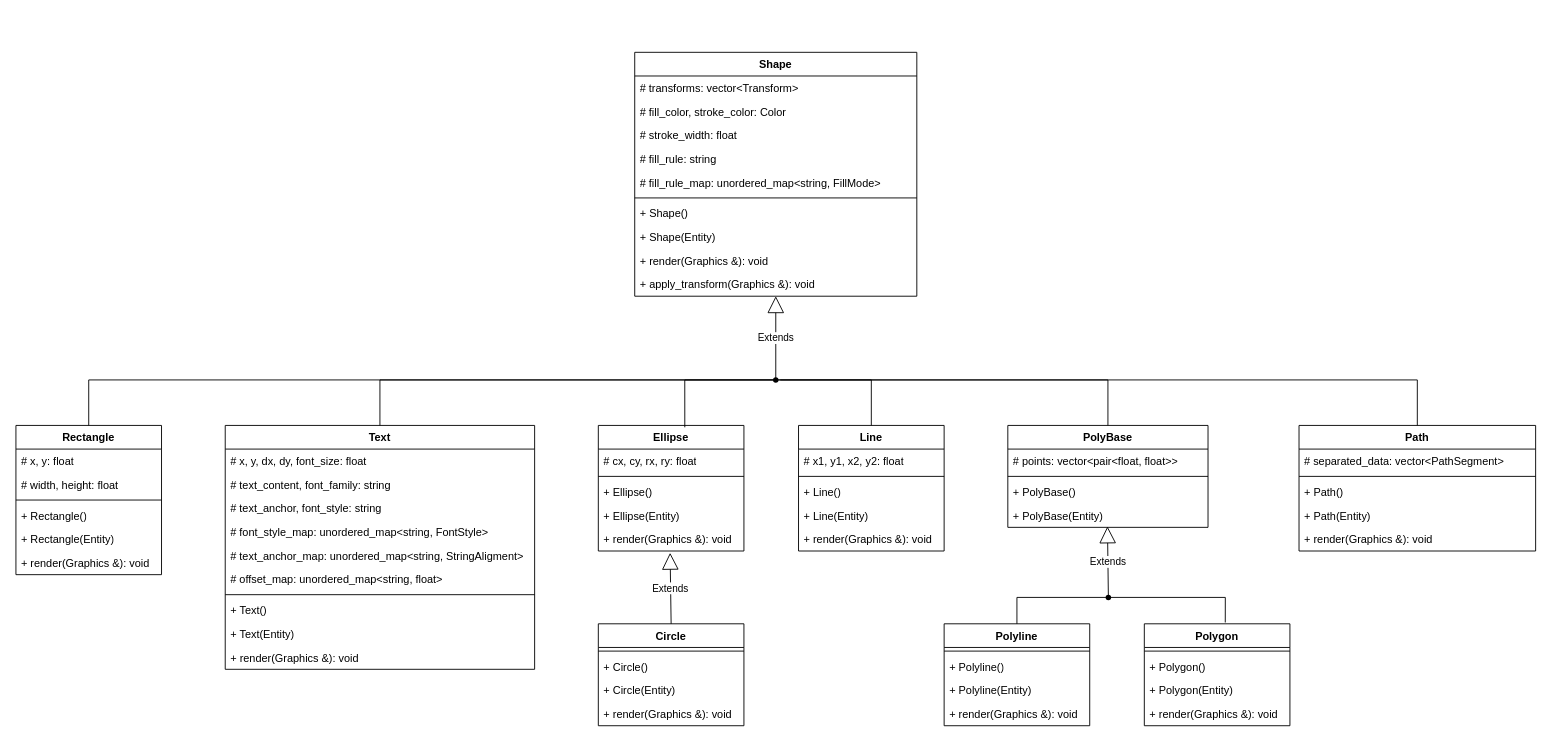
Alrmendo/CSC10003_22CLC08_SVG keeps this draw.io diagram as misc/diagram.drawio. Above is the earlier version. Source tidied: cells renumbered, new cells numbered last; positions are measured from the earlier drawing's top-left corner, leaving out a move shared by most shapes. Both pictures are drawn from the tidied source at 91%, with x=0, y=0 at pixel (15, 52).
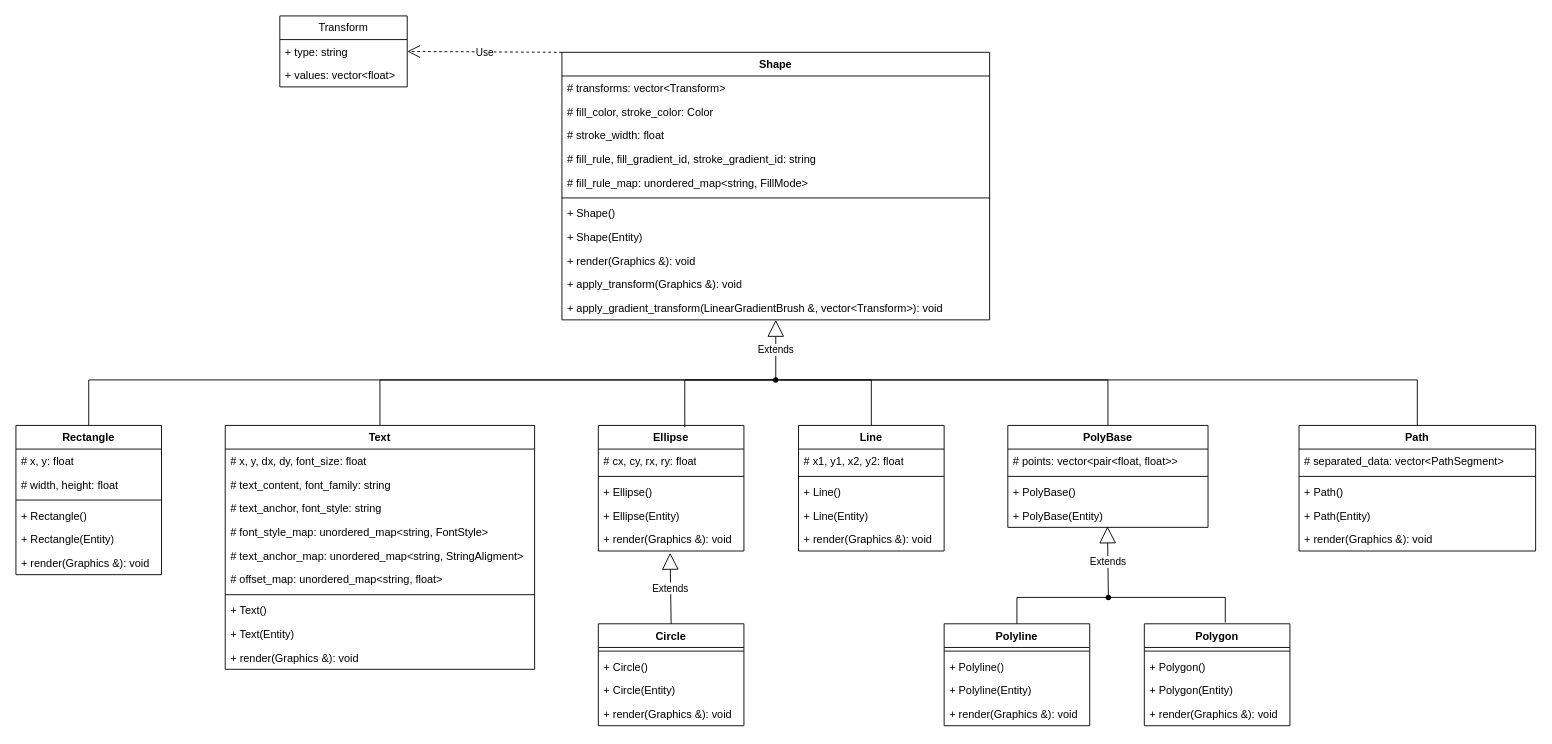
After the change.

Diff of the diagram source:
```diff
@@
     <mxCell id="2" value="Shape" style="swimlane;fontStyle=1;align=center;verticalAlign=top;horizontal=1;startSize=26;whiteSpace=wrap;html=1;" parent="1" vertex="1">
-      <mxGeometry x="680" width="310" height="268" as="geometry" />
+      <mxGeometry x="600" width="470" height="294" as="geometry" />
     </mxCell>
     <mxCell id="3" value="# transforms: vector&amp;lt;Transform&amp;gt;" style="text;strokeColor=none;fillColor=none;align=left;verticalAlign=top;spacingLeft=4;spacingRight=4;overflow=hidden;whiteSpace=wrap;html=1;" parent="2" vertex="1">
-      <mxGeometry y="26" width="310" height="26" as="geometry" />
+      <mxGeometry y="26" width="470" height="26" as="geometry" />
     </mxCell>
     <mxCell id="4" value="# fill_color, stroke_color: Color" style="text;strokeColor=none;fillColor=none;align=left;verticalAlign=top;spacingLeft=4;spacingRight=4;overflow=hidden;whiteSpace=wrap;html=1;" parent="2" vertex="1">
-      <mxGeometry y="52" width="310" height="26" as="geometry" />
+      <mxGeometry y="52" width="470" height="26" as="geometry" />
     </mxCell>
     <mxCell id="5" value="# stroke_width: float" style="text;strokeColor=none;fillColor=none;align=left;verticalAlign=top;spacingLeft=4;spacingRight=4;overflow=hidden;whiteSpace=wrap;html=1;" parent="2" vertex="1">
-      <mxGeometry y="78" width="310" height="26" as="geometry" />
+      <mxGeometry y="78" width="470" height="26" as="geometry" />
     </mxCell>
-    <mxCell id="6" value="# fill_rule: string" style="text;strokeColor=none;fillColor=none;align=left;verticalAlign=top;spacingLeft=4;spacingRight=4;overflow=hidden;whiteSpace=wrap;html=1;" parent="2" vertex="1">
-      <mxGeometry y="104" width="310" height="26" as="geometry" />
+    <mxCell id="6" value="# fill_rule, fill_gradient_id, stroke_gradient_id: string" style="text;strokeColor=none;fillColor=none;align=left;verticalAlign=top;spacingLeft=4;spacingRight=4;overflow=hidden;whiteSpace=wrap;html=1;" parent="2" vertex="1">
+      <mxGeometry y="104" width="470" height="26" as="geometry" />
     </mxCell>
     <mxCell id="7" value="# fill_rule_map: unordered_map&amp;lt;string, FillMode&amp;gt;" style="text;strokeColor=none;fillColor=none;align=left;verticalAlign=top;spacingLeft=4;spacingRight=4;overflow=hidden;whiteSpace=wrap;html=1;" parent="2" vertex="1">
-      <mxGeometry y="130" width="310" height="26" as="geometry" />
+      <mxGeometry y="130" width="470" height="26" as="geometry" />
     </mxCell>
     <mxCell id="8" style="line;strokeWidth=1;fillColor=none;align=left;verticalAlign=middle;spacingTop=-1;spacingLeft=3;spacingRight=3;labelPosition=right;strokeColor=inherit;" parent="2" vertex="1">
-      <mxGeometry y="156" width="310" height="8" as="geometry" />
+      <mxGeometry y="156" width="470" height="8" as="geometry" />
     </mxCell>
     <mxCell id="9" value="+ Shape()" style="text;strokeColor=none;fillColor=none;align=left;verticalAlign=top;spacingLeft=4;spacingRight=4;overflow=hidden;whiteSpace=wrap;html=1;" parent="2" vertex="1">
-      <mxGeometry y="164" width="310" height="26" as="geometry" />
+      <mxGeometry y="164" width="470" height="26" as="geometry" />
     </mxCell>
     <mxCell id="10" value="+ Shape(Entity)" style="text;strokeColor=none;fillColor=none;align=left;verticalAlign=top;spacingLeft=4;spacingRight=4;overflow=hidden;whiteSpace=wrap;html=1;" parent="2" vertex="1">
-      <mxGeometry y="190" width="310" height="26" as="geometry" />
+      <mxGeometry y="190" width="470" height="26" as="geometry" />
     </mxCell>
     <mxCell id="11" value="+ render(Graphics &amp;amp;): void" style="text;strokeColor=none;fillColor=none;align=left;verticalAlign=top;spacingLeft=4;spacingRight=4;overflow=hidden;whiteSpace=wrap;html=1;" parent="2" vertex="1">
-      <mxGeometry y="216" width="310" height="26" as="geometry" />
+      <mxGeometry y="216" width="470" height="26" as="geometry" />
     </mxCell>
     <mxCell id="12" value="+ apply_transform(Graphics &amp;amp;): void" style="text;strokeColor=none;fillColor=none;align=left;verticalAlign=top;spacingLeft=4;spacingRight=4;overflow=hidden;whiteSpace=wrap;html=1;" parent="2" vertex="1">
-      <mxGeometry y="242" width="310" height="26" as="geometry" />
+      <mxGeometry y="242" width="470" height="26" as="geometry" />
     </mxCell>
+    <mxCell id="82" value="+ apply_gradient_transform(LinearGradientBrush&lt;span style=&quot;background-color: initial; color: rgb(0, 0, 0); --darkreader-inline-bgcolor: initial; --darkreader-inline-color: #e8e6e3;&quot;&gt;&amp;nbsp;&amp;amp;, vector&amp;lt;Transform&amp;gt;): void&lt;/span&gt;" style="text;strokeColor=none;fillColor=none;align=left;verticalAlign=top;spacingLeft=4;spacingRight=4;overflow=hidden;whiteSpace=wrap;html=1;" parent="2" vertex="1">
+      <mxGeometry y="268" width="470" height="26" as="geometry" />
+    </mxCell>
@@
+    <mxCell id="83" value="Transform" style="swimlane;fontStyle=0;horizontal=1;startSize=26;fillColor=none;whiteSpace=wrap;html=1;" parent="1" vertex="1">
+      <mxGeometry x="290" y="-40" width="140" height="78" as="geometry" />
+    </mxCell>
+    <mxCell id="84" value="+ type: string" style="text;strokeColor=none;fillColor=none;align=left;verticalAlign=top;spacingLeft=4;spacingRight=4;overflow=hidden;points=[[0,0.5],[1,0.5]];portConstraint=eastwest;whiteSpace=wrap;html=1;" parent="83" vertex="1">
+      <mxGeometry y="26" width="140" height="26" as="geometry" />
+    </mxCell>
+    <mxCell id="85" value="+ values: vector&amp;lt;float&amp;gt;" style="text;strokeColor=none;fillColor=none;align=left;verticalAlign=top;spacingLeft=4;spacingRight=4;overflow=hidden;whiteSpace=wrap;html=1;" parent="83" vertex="1">
+      <mxGeometry y="52" width="140" height="26" as="geometry" />
+    </mxCell>
+    <mxCell id="86" value="Use" style="endArrow=open;endSize=12;dashed=1;html=1;rounded=0;entryX=1;entryY=0.5;entryDx=0;entryDy=0;exitX=0;exitY=0;exitDx=0;exitDy=0;" parent="1" edge="1" source="2" target="84">
+      <mxGeometry relative="1" as="geometry" />
+    </mxCell>
```
